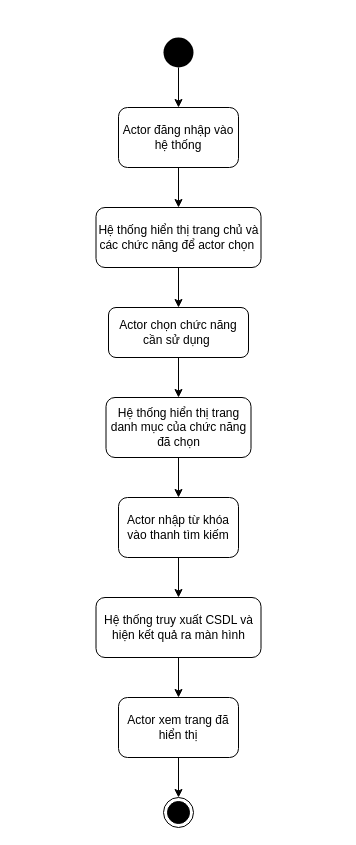
Earlier version of the draw.io diagram Thiết kế/Activity/Tìm Kiếm.drawio (CNPM-Team-1/CNPM). Source tidied: cells renumbered, new cells numbered last; positions are measured from the earlier drawing's top-left corner, leaving out a move shared by most shapes. Both pictures are drawn from the tidied source at 100%, with x=0, y=0 at pixel (95, 37).
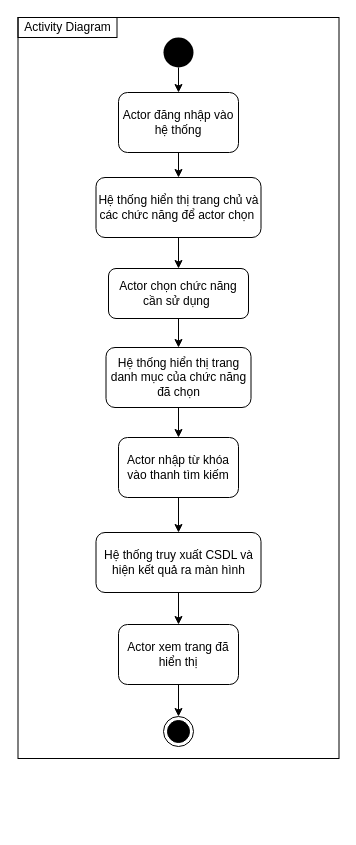
Above is the later version.

Diff of the diagram source:
```diff
@@
+    <mxCell id="19" style="rounded=0;whiteSpace=wrap;html=1;fillColor=none;" parent="1" vertex="1">
+      <mxGeometry x="-77.5" y="-20" width="321" height="741" as="geometry" />
+    </mxCell>
@@
     <mxCell id="3" style="ellipse;html=1;shape=endState;fillColor=#000000;strokeColor=#000000;" parent="1" vertex="1">
-      <mxGeometry x="68" y="760" width="30" height="30" as="geometry" />
+      <mxGeometry x="68" y="679" width="30" height="30" as="geometry" />
     </mxCell>
     <mxCell id="4" value="Actor đăng nhập vào hệ thống" style="rounded=1;whiteSpace=wrap;html=1;" parent="1" vertex="1">
-      <mxGeometry x="23" y="70" width="120" height="60" as="geometry" />
+      <mxGeometry x="23" y="55" width="120" height="60" as="geometry" />
     </mxCell>
     <mxCell id="5" value="Hệ thống hiển thị trang chủ và các chức năng để actor chọn&amp;nbsp;" style="rounded=1;whiteSpace=wrap;html=1;" parent="1" vertex="1">
-      <mxGeometry x="0.5" y="170" width="165" height="60" as="geometry" />
+      <mxGeometry x="0.5" y="140" width="165" height="60" as="geometry" />
     </mxCell>
     <mxCell id="6" value="Actor chọn chức năng cần sử dụng&amp;nbsp;" style="rounded=1;whiteSpace=wrap;html=1;" parent="1" vertex="1">
-      <mxGeometry x="13" y="270" width="140" height="50" as="geometry" />
+      <mxGeometry x="13" y="231" width="140" height="50" as="geometry" />
     </mxCell>
     <mxCell id="7" value="Hệ thống hiển thị trang danh mục của chức năng đã chọn" style="rounded=1;whiteSpace=wrap;html=1;" parent="1" vertex="1">
-      <mxGeometry x="10.5" y="360" width="145" height="60" as="geometry" />
+      <mxGeometry x="10.5" y="310" width="145" height="60" as="geometry" />
     </mxCell>
     <mxCell id="8" value="Actor nhập từ khóa vào thanh tìm kiếm" style="rounded=1;whiteSpace=wrap;html=1;" parent="1" vertex="1">
-      <mxGeometry x="23" y="460" width="120" height="60" as="geometry" />
+      <mxGeometry x="23" y="400" width="120" height="60" as="geometry" />
     </mxCell>
     <mxCell id="9" value="Hệ thống truy xuất CSDL và hiện kết quả ra màn hình" style="rounded=1;whiteSpace=wrap;html=1;" parent="1" vertex="1">
-      <mxGeometry x="0.5" y="560" width="165" height="60" as="geometry" />
+      <mxGeometry x="0.5" y="495" width="165" height="60" as="geometry" />
     </mxCell>
     <mxCell id="10" value="Actor xem trang đã hiển thị" style="rounded=1;whiteSpace=wrap;html=1;" parent="1" vertex="1">
-      <mxGeometry x="23" y="660" width="120" height="60" as="geometry" />
+      <mxGeometry x="23" y="587" width="120" height="60" as="geometry" />
     </mxCell>
@@
+    <mxCell id="20" value="Activity Diagram" style="rounded=0;whiteSpace=wrap;html=1;fillColor=none;" parent="1" vertex="1">
+      <mxGeometry x="-77.5" y="-20" width="99" height="20" as="geometry" />
+    </mxCell>
```
